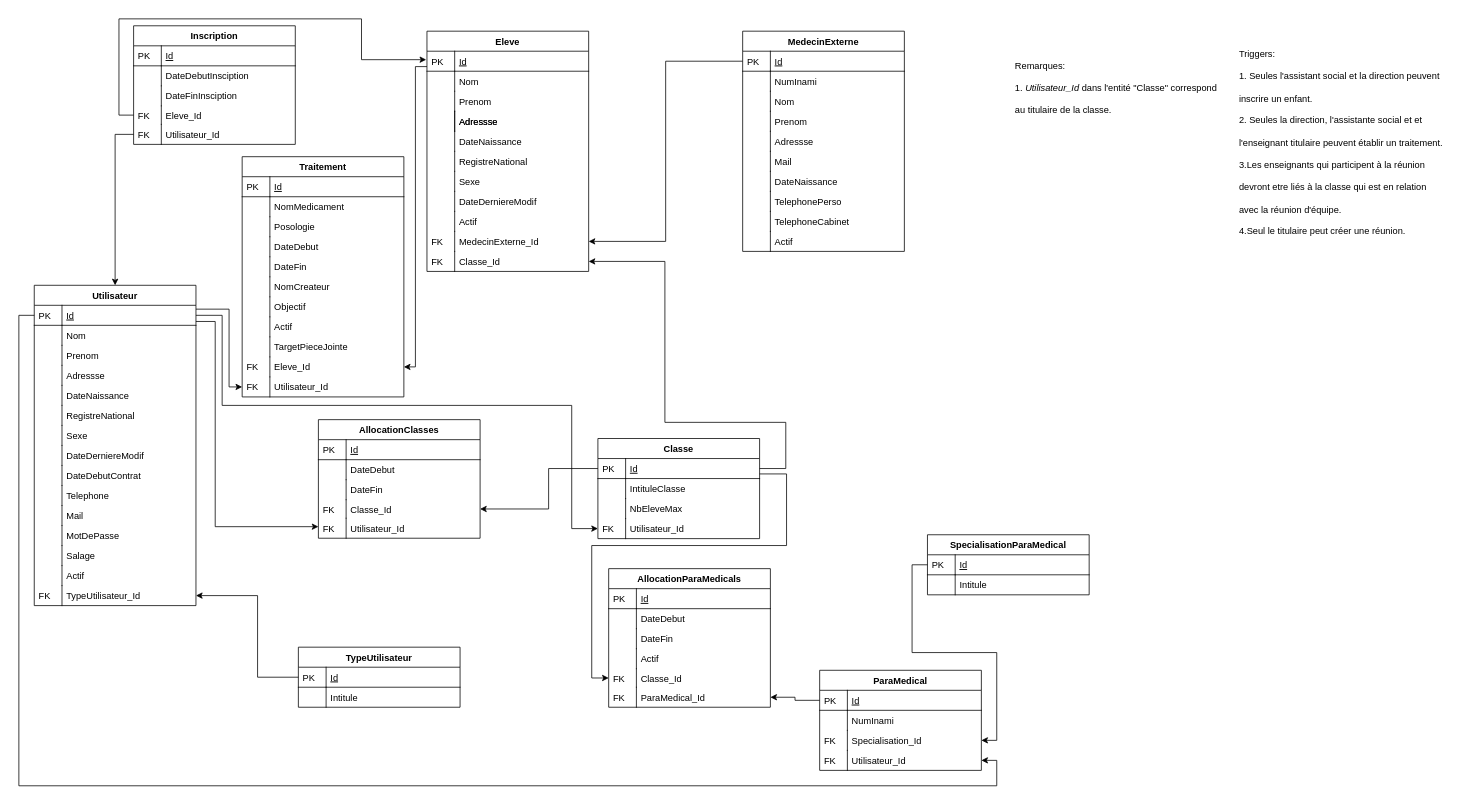
Before: Complements/Analyse/Schémas Relationnel/SchRel_26052021.drawio in JeromeDelvaux/ChanterelleProject, a draw.io diagram. Source tidied: cells renumbered, new cells numbered last; positions are measured from the earlier drawing's top-left corner, leaving out a move shared by most shapes. Both pictures are drawn from the tidied source at 77%, with x=0, y=0 at pixel (18, 18).
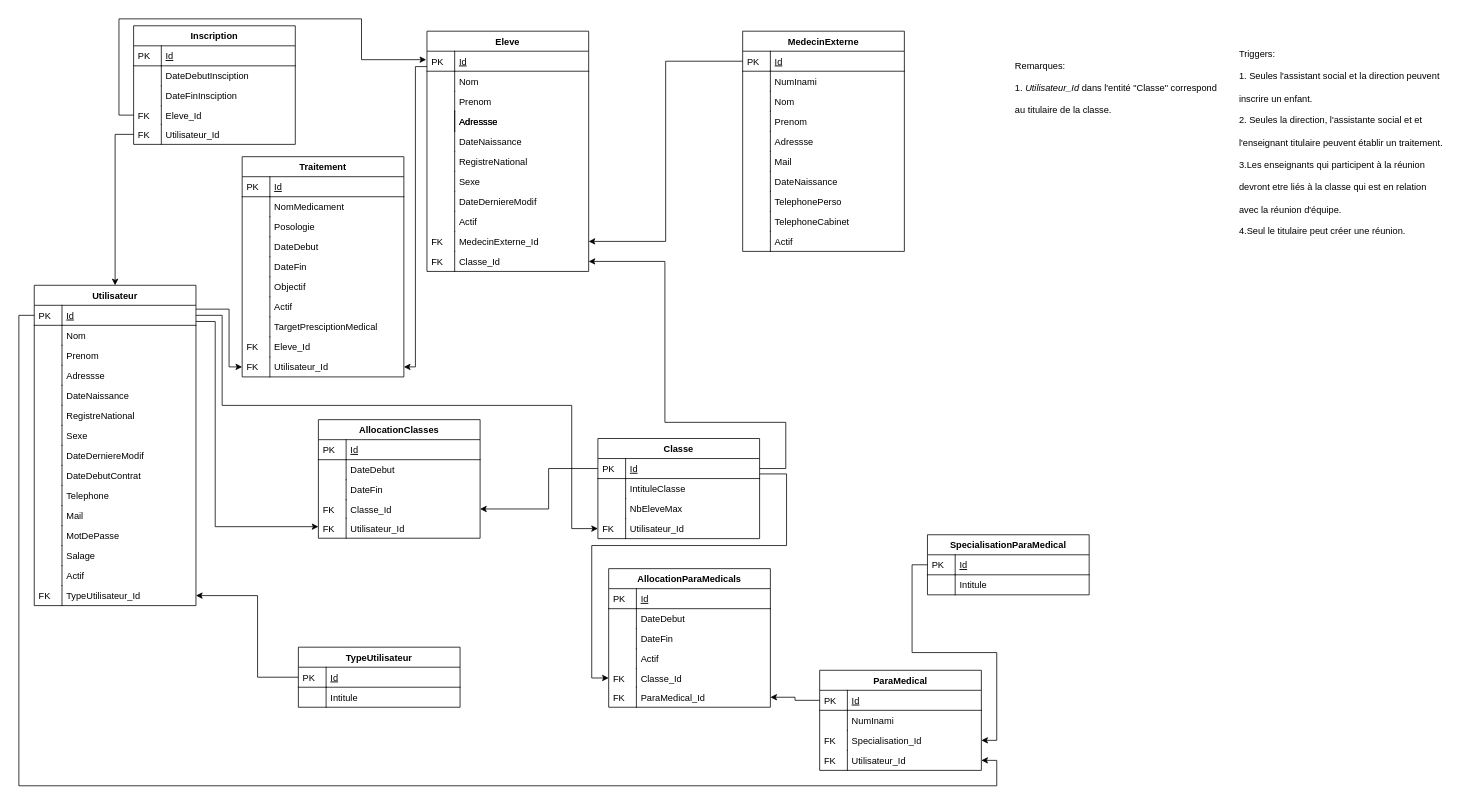
The same diagram, later.

The change refers to these unchanged cells:
```xml
<mxCell id="3" value="Id" style="shape=partialRectangle;top=0;left=0;right=0;bottom=1;align=left;verticalAlign=top;fillColor=none;spacingLeft=40;spacingRight=4;overflow=hidden;points=[[0,0.5],[1,0.5]];portConstraint=eastwest;rounded=0;shadow=0;strokeWidth=1;fontStyle=4;" parent="2" vertex="1">
  <mxGeometry y="26" width="210" height="26" as="geometry" />
</mxCell>
```

Diff of the diagram source:
```diff
@@
     <mxCell id="49" value="Traitement" style="swimlane;fontStyle=1;horizontal=1;startSize=26;rounded=0;shadow=0;strokeWidth=1;" parent="1" vertex="1">
-      <mxGeometry x="290" y="179" width="210" height="312" as="geometry" />
+      <mxGeometry x="290" y="179" width="210" height="286" as="geometry" />
     </mxCell>
@@
-    <mxCell id="60" value="NomCreateur" style="shape=partialRectangle;top=0;left=0;right=0;bottom=0;align=left;verticalAlign=top;fillColor=none;spacingLeft=40;spacingRight=4;overflow=hidden;rounded=0;shadow=0;strokeWidth=1;" parent="49" vertex="1">
-      <mxGeometry y="156" width="210" height="26" as="geometry" />
-    </mxCell>
-    <mxCell id="61" style="shape=partialRectangle;top=0;left=0;bottom=0;fillColor=none;align=left;verticalAlign=top;spacingLeft=4;spacingRight=4;overflow=hidden;" parent="60" vertex="1">
-      <mxGeometry width="36" height="26" as="geometry" />
-    </mxCell>
     <mxCell id="62" value="Objectif" style="shape=partialRectangle;top=0;left=0;right=0;bottom=0;align=left;verticalAlign=top;fillColor=none;spacingLeft=40;spacingRight=4;overflow=hidden;rounded=0;shadow=0;strokeWidth=1;" parent="49" vertex="1">
-      <mxGeometry y="182" width="210" height="26" as="geometry" />
+      <mxGeometry y="156" width="210" height="26" as="geometry" />
     </mxCell>
@@
     <mxCell id="64" value="Actif" style="shape=partialRectangle;top=0;left=0;right=0;bottom=0;align=left;verticalAlign=top;fillColor=none;spacingLeft=40;spacingRight=4;overflow=hidden;rounded=0;shadow=0;strokeWidth=1;" parent="49" vertex="1">
-      <mxGeometry y="208" width="210" height="26" as="geometry" />
+      <mxGeometry y="182" width="210" height="26" as="geometry" />
     </mxCell>
@@
-    <mxCell id="66" value="TargetPieceJointe" style="shape=partialRectangle;top=0;left=0;right=0;bottom=0;align=left;verticalAlign=top;fillColor=none;spacingLeft=40;spacingRight=4;overflow=hidden;rounded=0;shadow=0;strokeWidth=1;" parent="49" vertex="1">
-      <mxGeometry y="234" width="210" height="26" as="geometry" />
+    <mxCell id="66" value="TargetPresciptionMedical" style="shape=partialRectangle;top=0;left=0;right=0;bottom=0;align=left;verticalAlign=top;fillColor=none;spacingLeft=40;spacingRight=4;overflow=hidden;rounded=0;shadow=0;strokeWidth=1;" parent="49" vertex="1">
+      <mxGeometry y="208" width="210" height="26" as="geometry" />
     </mxCell>
@@
     <mxCell id="68" value="Eleve_Id" style="shape=partialRectangle;top=0;left=0;right=0;bottom=0;align=left;verticalAlign=top;fillColor=none;spacingLeft=40;spacingRight=4;overflow=hidden;points=[[0,0.5],[1,0.5]];portConstraint=eastwest;rounded=0;shadow=0;strokeWidth=1;" parent="49" vertex="1">
-      <mxGeometry y="260" width="210" height="26" as="geometry" />
+      <mxGeometry y="234" width="210" height="26" as="geometry" />
     </mxCell>
@@
     <mxCell id="70" value="Utilisateur_Id" style="shape=partialRectangle;top=0;left=0;right=0;bottom=0;align=left;verticalAlign=top;fillColor=none;spacingLeft=40;spacingRight=4;overflow=hidden;points=[[0,0.5],[1,0.5]];portConstraint=eastwest;rounded=0;shadow=0;strokeWidth=1;" parent="49" vertex="1">
-      <mxGeometry y="286" width="210" height="26" as="geometry" />
+      <mxGeometry y="260" width="210" height="26" as="geometry" />
     </mxCell>
@@
     <mxCell id="130" style="edgeStyle=orthogonalEdgeStyle;rounded=0;jettySize=auto;html=1;entryX=0;entryY=0.5;entryDx=0;entryDy=0;" parent="1" edge="1" target="70">
       <mxGeometry relative="1" as="geometry">
         <mxPoint x="230" y="377" as="sourcePoint" />
         <Array as="points">
           <mxPoint x="273" y="377" />
-          <mxPoint x="273" y="478" />
+          <mxPoint x="273" y="452" />
         </Array>
       </mxGeometry>
     </mxCell>
@@
-    <mxCell id="173" style="edgeStyle=orthogonalEdgeStyle;rounded=0;jettySize=auto;html=1;entryX=1;entryY=0.5;entryDx=0;entryDy=0;" parent="1" edge="1" source="3" target="68">
+    <mxCell id="173" style="edgeStyle=orthogonalEdgeStyle;rounded=0;jettySize=auto;html=1;" parent="1" edge="1" source="3">
       <mxGeometry relative="1" as="geometry">
+        <mxPoint x="500" y="452" as="targetPoint" />
         <Array as="points">
           <mxPoint x="515" y="62" />
           <mxPoint x="515" y="452" />
         </Array>
       </mxGeometry>
     </mxCell>
```
